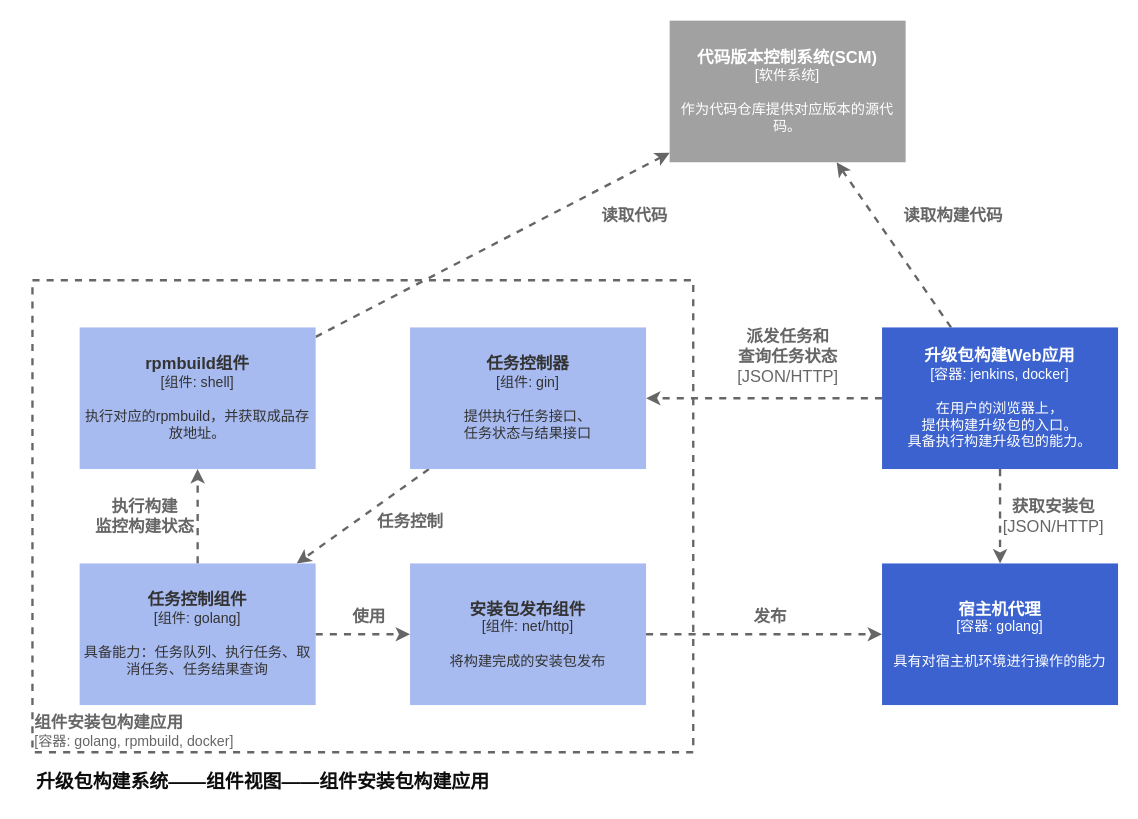
The draw.io diagram page "架构图_C4_组件图" (3 of 4) of Programmar/project/upgrade_package_factory/构建demo设计图.drawio in xiahaohai123/Blog, before the edit. Source tidied: cells renumbered, new cells numbered last; positions are measured from the earlier drawing's top-left corner, leaving out a move shared by most shapes. Both pictures are drawn from the tidied source at 118%, with x=0, y=0 at pixel (20, 20).
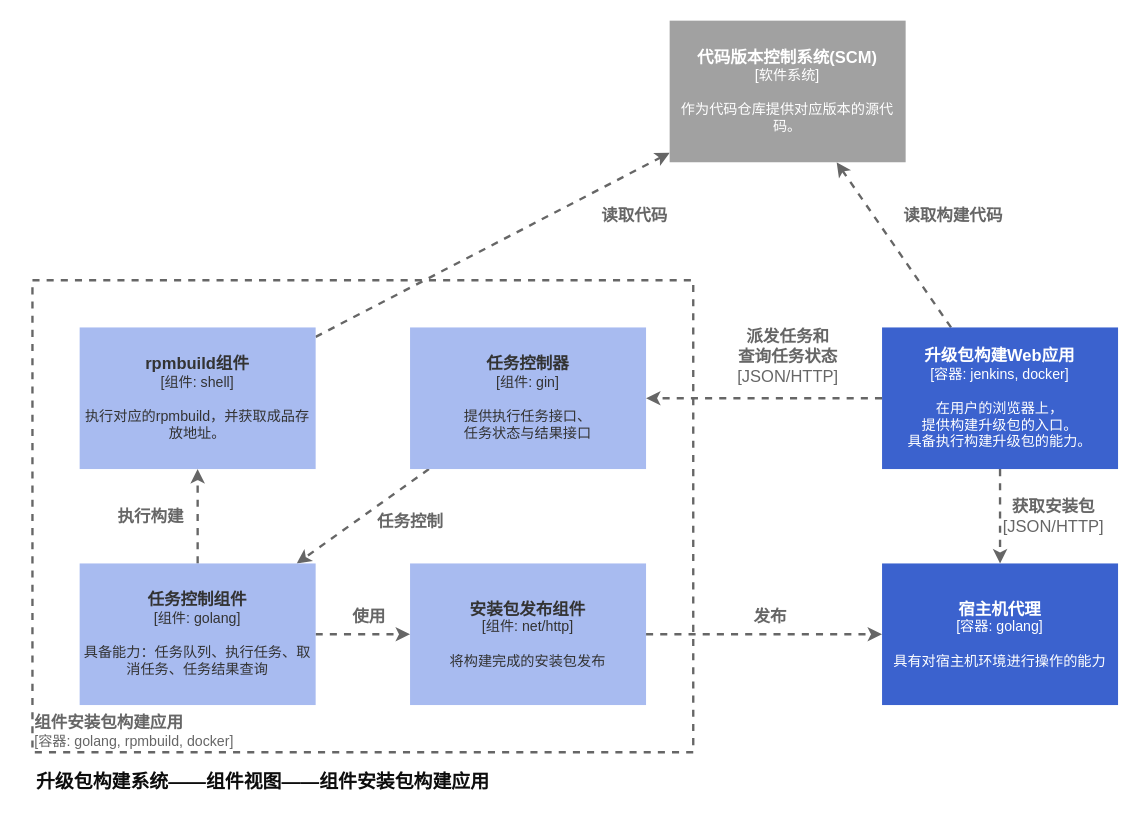
After the change.

The edit, as a diff of the source:
```diff
@@
-    <mxCell id="24" value="执行构建&lt;br&gt;监控构建状态" style="text;html=1;align=center;verticalAlign=middle;strokeColor=none;fillColor=none;fontSize=14;fontColor=#666666;fontStyle=1;" parent="1" vertex="1">
-      <mxGeometry x="50" y="395" width="110" height="50" as="geometry" />
+    <mxCell id="24" value="执行构建" style="text;html=1;align=center;verticalAlign=middle;strokeColor=none;fillColor=none;fontSize=14;fontColor=#666666;fontStyle=1;" parent="1" vertex="1">
+      <mxGeometry x="70" y="405" width="80" height="30" as="geometry" />
     </mxCell>
```
